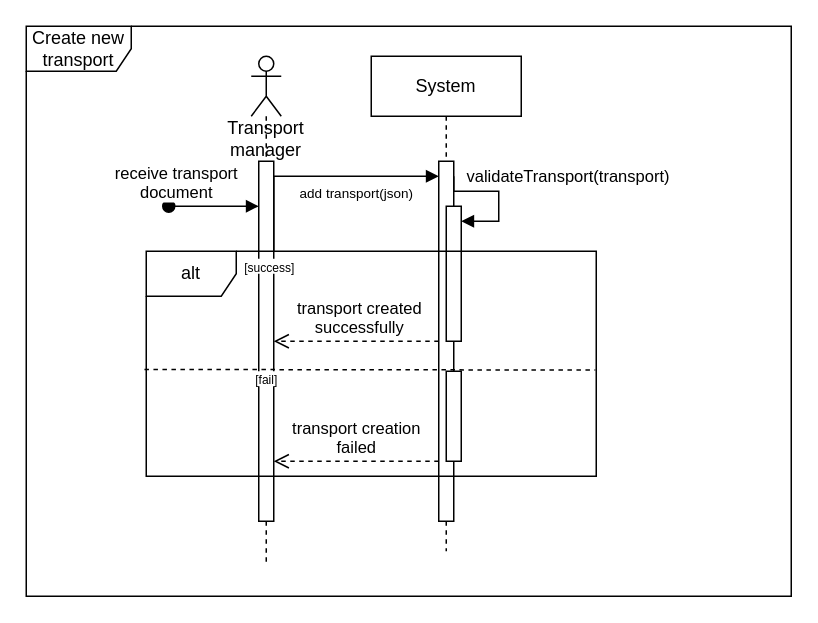
Earlier version of the draw.io diagram docs/Transport_Module/Diagrams/source files/mdjs/create new transport- Sequence Diagram.drawio (ADSS-GROUP-M/ADSS_GROUP_M). Source tidied: cells renumbered, new cells numbered last; positions are measured from the earlier drawing's top-left corner, leaving out a move shared by most shapes. Both pictures are drawn from the tidied source at 150%, with x=0, y=0 at pixel (26, 26).
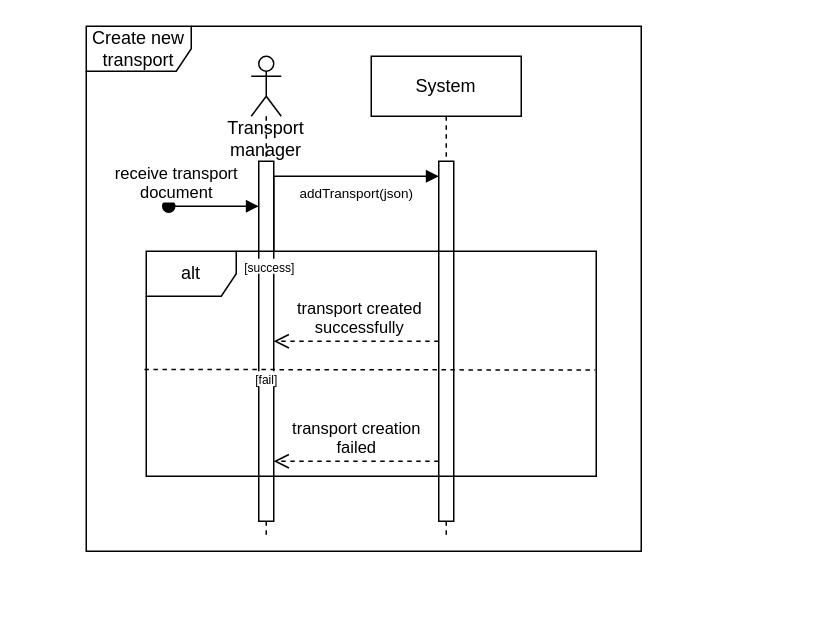
After the change.

The change refers to these unchanged cells:
```xml
<mxCell id="3" style="html=1;points=[];perimeter=orthogonalPerimeter;outlineConnect=0;targetShapes=umlLifeline;portConstraint=eastwest;newEdgeStyle={&quot;edgeStyle&quot;:&quot;elbowEdgeStyle&quot;,&quot;elbow&quot;:&quot;vertical&quot;,&quot;curved&quot;:0,&quot;rounded&quot;:0};" parent="2" vertex="1">
  <mxGeometry x="45" y="70" width="10" height="240" as="geometry" />
</mxCell>
```

Diff of the diagram source:
```diff
@@
     <mxCell id="2" value="System&lt;br&gt;" style="shape=umlLifeline;perimeter=lifelinePerimeter;whiteSpace=wrap;html=1;newEdgeStyle={&quot;edgeStyle&quot;:&quot;elbowEdgeStyle&quot;,&quot;elbow&quot;:&quot;vertical&quot;,&quot;curved&quot;:0,&quot;rounded&quot;:0};" parent="1" vertex="1">
-      <mxGeometry x="230" y="20" width="100" height="330" as="geometry" />
+      <mxGeometry x="230" y="20" width="100" height="320" as="geometry" />
     </mxCell>
@@
     <mxCell id="4" style="shape=umlLifeline;perimeter=lifelinePerimeter;whiteSpace=wrap;html=1;newEdgeStyle={&quot;edgeStyle&quot;:&quot;elbowEdgeStyle&quot;,&quot;elbow&quot;:&quot;vertical&quot;,&quot;curved&quot;:0,&quot;rounded&quot;:0};participant=umlActor;" parent="1" vertex="1">
-      <mxGeometry x="150" y="20" width="20" height="340" as="geometry" />
+      <mxGeometry x="150" y="20" width="20" height="320" as="geometry" />
     </mxCell>
     <mxCell id="5" value="Create new transport" style="shape=umlFrame;whiteSpace=wrap;html=1;width=70;height=30;" parent="1" vertex="1">
-      <mxGeometry width="510" height="380" as="geometry" />
+      <mxGeometry x="40" width="370" height="350" as="geometry" />
     </mxCell>
@@
-    <mxCell id="9" value="&lt;font style=&quot;font-size: 9px;&quot;&gt;add transport(json)&lt;/font&gt;" style="html=1;verticalAlign=bottom;endArrow=block;edgeStyle=elbowEdgeStyle;elbow=vertical;curved=0;rounded=0;" parent="1" edge="1" target="3">
+    <mxCell id="9" value="&lt;font style=&quot;font-size: 9px;&quot;&gt;addTransport(json)&lt;/font&gt;" style="html=1;verticalAlign=bottom;endArrow=block;edgeStyle=elbowEdgeStyle;elbow=vertical;curved=0;rounded=0;" parent="1" edge="1" target="3">
       <mxGeometry x="0.31" y="-20" relative="1" as="geometry">
         <mxPoint x="165" y="150.1" as="sourcePoint" />
         <Array as="points">
           <mxPoint x="240" y="100" />
         </Array>
       </mxGeometry>
     </mxCell>
@@
-    <mxCell id="11" style="html=1;points=[];perimeter=orthogonalPerimeter;outlineConnect=0;targetShapes=umlLifeline;portConstraint=eastwest;newEdgeStyle={&quot;edgeStyle&quot;:&quot;elbowEdgeStyle&quot;,&quot;elbow&quot;:&quot;vertical&quot;,&quot;curved&quot;:0,&quot;rounded&quot;:0};" parent="1" vertex="1">
-      <mxGeometry x="280" y="120" width="10" height="90" as="geometry" />
-    </mxCell>
-    <mxCell id="12" value="validateTransport(transport)" style="html=1;align=left;spacingLeft=2;endArrow=block;rounded=0;edgeStyle=orthogonalEdgeStyle;curved=0;rounded=0;" parent="1" edge="1" target="11">
-      <mxGeometry x="-1" y="5" relative="1" as="geometry">
-        <mxPoint x="285" y="100" as="sourcePoint" />
-        <Array as="points">
-          <mxPoint x="285" y="110" />
-          <mxPoint x="315" y="110" />
-          <mxPoint x="315" y="130" />
-        </Array>
-      </mxGeometry>
-    </mxCell>
@@
-    <mxCell id="18" style="html=1;perimeter=orthogonalPerimeter;targetShapes=umlLifeline;newEdgeStyle={&quot;edgeStyle&quot;:&quot;elbowEdgeStyle&quot;,&quot;elbow&quot;:&quot;vertical&quot;,&quot;curved&quot;:0,&quot;rounded&quot;:0};" parent="1" vertex="1">
-      <mxGeometry x="280" y="230" width="10" height="60" as="geometry" />
-    </mxCell>
```
